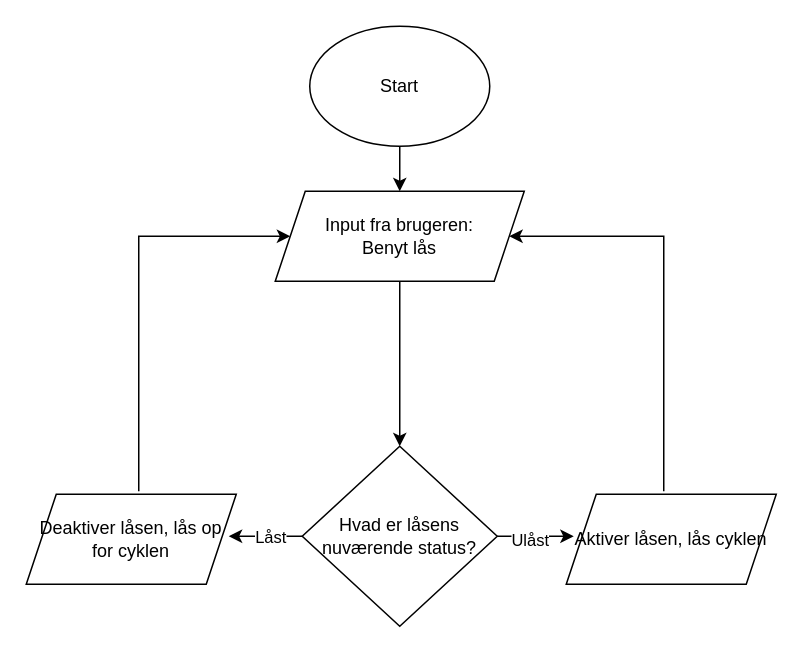
KEA-E24-B9-IOT1/E24-B9-IoT1 keeps this draw.io diagram as ID 11, P1/ID 11 V1 Cykellås.drawio. Above is the earlier version. Source tidied: cells renumbered, new cells numbered last; positions are measured from the earlier drawing's top-left corner, leaving out a move shared by most shapes. Both pictures are drawn from the tidied source at 150%, with x=0, y=0 at pixel (26, 26).
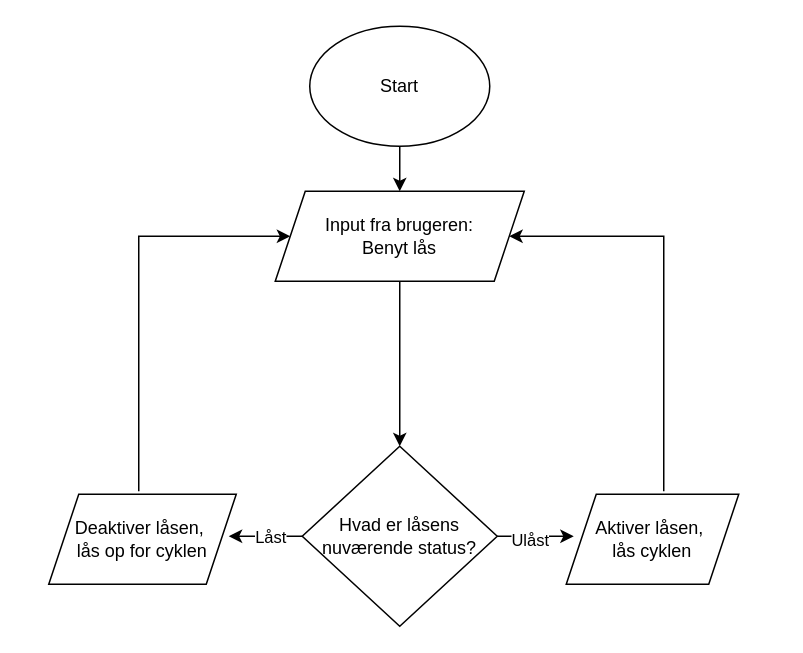
Above is the later version.

Diff of the diagram source:
```diff
@@
-    <mxCell id="13" value="Deaktiver låsen, lås op for cyklen" style="shape=parallelogram;perimeter=parallelogramPerimeter;whiteSpace=wrap;html=1;fixedSize=1;" parent="1" vertex="1">
-      <mxGeometry y="312" width="140" height="60" as="geometry" />
+    <mxCell id="13" value="&lt;div&gt;Deaktiver låsen,&amp;nbsp;&lt;/div&gt;&lt;div&gt;lås op for cyklen&lt;/div&gt;" style="shape=parallelogram;perimeter=parallelogramPerimeter;whiteSpace=wrap;html=1;fixedSize=1;" parent="1" vertex="1">
+      <mxGeometry x="15" y="312" width="125" height="60" as="geometry" />
     </mxCell>
-    <mxCell id="14" value="Aktiver låsen, lås cyklen" style="shape=parallelogram;perimeter=parallelogramPerimeter;whiteSpace=wrap;html=1;fixedSize=1;" parent="1" vertex="1">
-      <mxGeometry x="360" y="312" width="140" height="60" as="geometry" />
+    <mxCell id="14" value="&lt;div&gt;Aktiver låsen,&amp;nbsp;&lt;/div&gt;&lt;div&gt;lås cyklen&lt;/div&gt;" style="shape=parallelogram;perimeter=parallelogramPerimeter;whiteSpace=wrap;html=1;fixedSize=1;" parent="1" vertex="1">
+      <mxGeometry x="360" y="312" width="115" height="60" as="geometry" />
     </mxCell>
```
